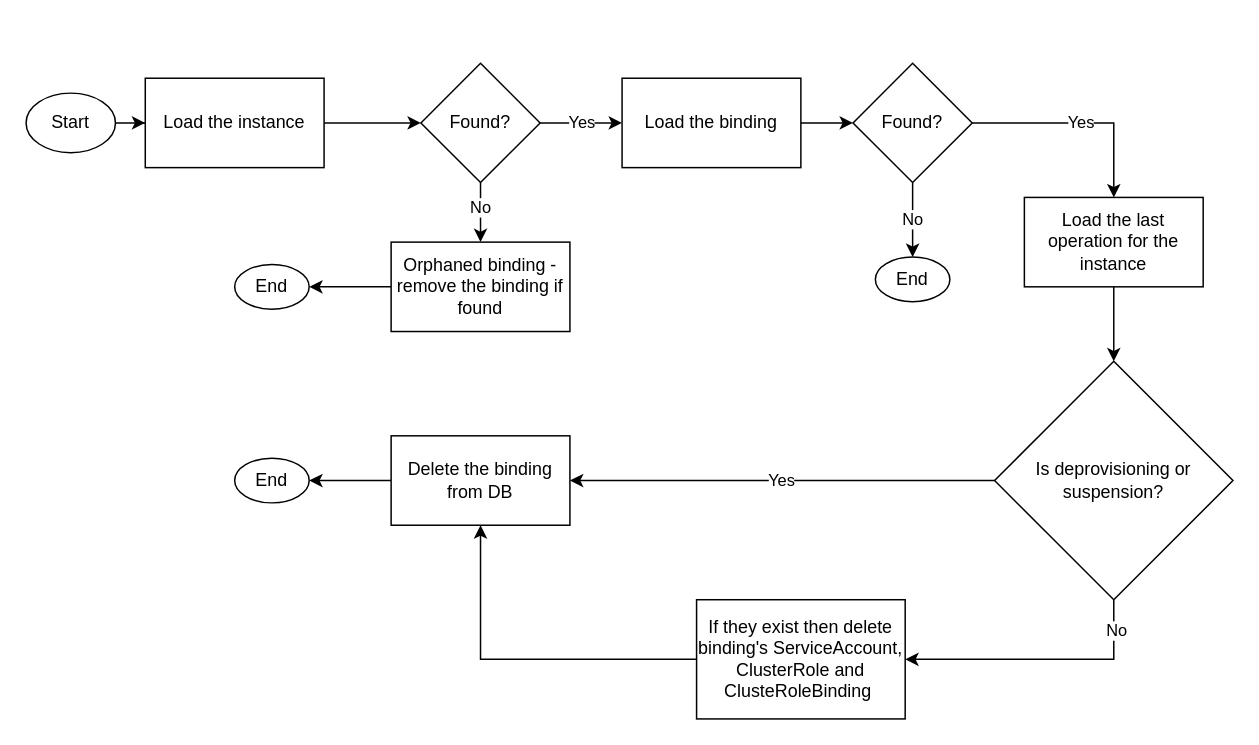
Above: docs/assets/bindings-delete-flow.drawio in kyma-project/kyma-environment-broker (draw.io), before the change. Source tidied: cells renumbered, new cells numbered last; positions are measured from the earlier drawing's top-left corner, leaving out a move shared by most shapes. Both pictures are drawn from the tidied source at 149%, with x=0, y=0 at pixel (25, 63).
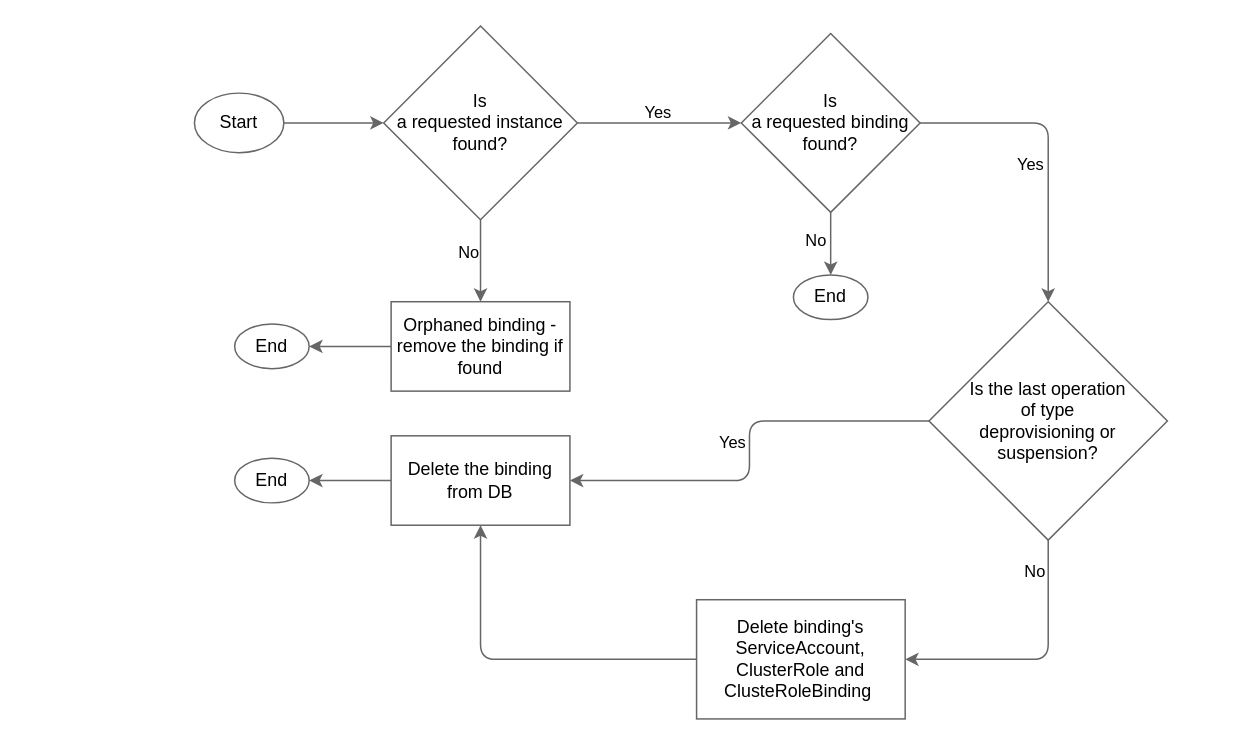
The same page after the edit.

Commit message (it also covers changes not shown here):
Review Corrections

The edit, as a diff of the source:
```diff
@@
-<mxGraphModel>
+<mxGraphModel background="#ffffff">
@@
-    <mxCell id="2" style="edgeStyle=orthogonalEdgeStyle;rounded=0;jettySize=auto;html=1;" parent="1" edge="1" source="3" target="5">
+    <mxCell id="2" style="edgeStyle=orthogonalEdgeStyle;rounded=1;jettySize=auto;html=1;curved=0;strokeColor=#666666;" parent="1" edge="1" source="3" target="9">
       <mxGeometry relative="1" as="geometry" />
     </mxCell>
-    <mxCell id="3" value="Start" style="ellipse;whiteSpace=wrap;html=1;" parent="1" vertex="1">
-      <mxGeometry y="20" width="60" height="40" as="geometry" />
+    <mxCell id="3" value="Start" style="ellipse;whiteSpace=wrap;html=1;fillColor=#ffffff;fontColor=#000000;strokeColor=#666666;" parent="1" vertex="1">
+      <mxGeometry x="113" y="20" width="60" height="40" as="geometry" />
     </mxCell>
-    <mxCell id="4" style="edgeStyle=orthogonalEdgeStyle;rounded=0;jettySize=auto;html=1;" parent="1" edge="1" source="5" target="9">
-      <mxGeometry relative="1" as="geometry" />
-    </mxCell>
-    <mxCell id="5" value="Load the instance" style="whiteSpace=wrap;html=1;" parent="1" vertex="1">
-      <mxGeometry x="80" y="10" width="120" height="60" as="geometry" />
-    </mxCell>
-    <mxCell id="6" style="edgeStyle=orthogonalEdgeStyle;rounded=0;jettySize=auto;html=1;" parent="1" edge="1" source="9" target="12">
+    <mxCell id="6" style="edgeStyle=orthogonalEdgeStyle;rounded=1;jettySize=auto;html=1;curved=0;strokeColor=#666666;fontColor=#000000;labelBackgroundColor=none;" parent="1" edge="1" source="9" target="12">
       <mxGeometry relative="1" as="geometry" />
     </mxCell>
-    <mxCell id="7" value="No" style="edgeLabel;html=1;align=center;verticalAlign=middle;" parent="6" vertex="1">
-      <mxGeometry x="-0.2" y="-1" relative="1" as="geometry" />
+    <mxCell id="7" value="No" style="edgeLabel;html=1;align=center;verticalAlign=middle;labelBackgroundColor=none;fontColor=#000000;" parent="6" vertex="1">
+      <mxGeometry x="-0.2" y="-1" relative="1" as="geometry">
+        <mxPoint x="-8" y="-1" as="offset" />
+      </mxGeometry>
     </mxCell>
-    <mxCell id="8" value="Yes" style="edgeStyle=orthogonalEdgeStyle;rounded=0;jettySize=auto;html=1;" parent="1" edge="1" source="9" target="14">
-      <mxGeometry relative="1" as="geometry" />
+    <mxCell id="8" value="Yes" style="edgeStyle=orthogonalEdgeStyle;rounded=1;jettySize=auto;html=1;curved=0;strokeColor=#666666;labelBackgroundColor=none;fontColor=#000000;" parent="1" edge="1" source="9" target="17">
+      <mxGeometry x="-0.02" y="7" relative="1" as="geometry" />
     </mxCell>
-    <mxCell id="9" value="Found?" style="rhombus;whiteSpace=wrap;html=1;" parent="1" vertex="1">
-      <mxGeometry x="265" width="80" height="80" as="geometry" />
+    <mxCell id="9" value="Is&lt;br&gt;a requested instance found?" style="rhombus;whiteSpace=wrap;html=1;fillColor=#ffffff;fontColor=#000000;strokeColor=#666666;" parent="1" vertex="1">
+      <mxGeometry x="240" y="-25" width="130" height="130" as="geometry" />
     </mxCell>
-    <mxCell id="10" value="End" style="ellipse;whiteSpace=wrap;html=1;" parent="1" vertex="1">
-      <mxGeometry x="140" y="135" width="50" height="30" as="geometry" />
+    <mxCell id="10" value="End" style="ellipse;whiteSpace=wrap;html=1;fillColor=#ffffff;fontColor=#000000;strokeColor=#666666;" parent="1" vertex="1">
+      <mxGeometry x="140" y="175" width="50" height="30" as="geometry" />
     </mxCell>
-    <mxCell id="11" style="edgeStyle=orthogonalEdgeStyle;rounded=0;jettySize=auto;html=1;" parent="1" edge="1" source="12" target="10">
+    <mxCell id="11" style="edgeStyle=orthogonalEdgeStyle;rounded=1;jettySize=auto;html=1;curved=0;strokeColor=#666666;" parent="1" edge="1" source="12" target="10">
       <mxGeometry relative="1" as="geometry" />
     </mxCell>
-    <mxCell id="12" value="Orphaned binding -remove the binding if found" style="whiteSpace=wrap;html=1;" parent="1" vertex="1">
-      <mxGeometry x="245" y="120" width="120" height="60" as="geometry" />
+    <mxCell id="12" value="Orphaned binding -remove the binding if found" style="whiteSpace=wrap;html=1;fillColor=#ffffff;fontColor=#000000;strokeColor=#666666;" parent="1" vertex="1">
+      <mxGeometry x="245" y="160" width="120" height="60" as="geometry" />
     </mxCell>
-    <mxCell id="13" style="edgeStyle=orthogonalEdgeStyle;rounded=0;jettySize=auto;html=1;" parent="1" edge="1" source="14" target="17">
-      <mxGeometry relative="1" as="geometry" />
-    </mxCell>
-    <mxCell id="14" value="Load the binding" style="whiteSpace=wrap;html=1;" parent="1" vertex="1">
-      <mxGeometry x="400" y="10" width="120" height="60" as="geometry" />
-    </mxCell>
-    <mxCell id="15" value="No" style="edgeStyle=orthogonalEdgeStyle;rounded=0;jettySize=auto;html=1;" parent="1" edge="1" source="17" target="18">
-      <mxGeometry relative="1" as="geometry" />
+    <mxCell id="15" value="No" style="edgeStyle=orthogonalEdgeStyle;rounded=1;jettySize=auto;html=1;curved=0;strokeColor=#666666;fontColor=#000000;labelBackgroundColor=none;" parent="1" edge="1" source="17" target="18">
+      <mxGeometry x="-0.1" y="-10" relative="1" as="geometry" />
     </mxCell>
-    <mxCell id="16" value="Yes" style="edgeStyle=orthogonalEdgeStyle;rounded=0;jettySize=auto;html=1;" parent="1" edge="1" source="17" target="20">
-      <mxGeometry relative="1" as="geometry" />
+    <mxCell id="16" value="Yes" style="edgeStyle=orthogonalEdgeStyle;rounded=1;jettySize=auto;html=1;curved=0;strokeColor=#666666;labelBackgroundColor=none;fontColor=#000000;" parent="1" edge="1" source="17" target="24">
+      <mxGeometry x="0.11" y="-12" relative="1" as="geometry" />
     </mxCell>
-    <mxCell id="17" value="Found?" style="rhombus;whiteSpace=wrap;html=1;" parent="1" vertex="1">
-      <mxGeometry x="555" width="80" height="80" as="geometry" />
+    <mxCell id="17" value="Is&lt;br&gt;a requested binding found?" style="rhombus;whiteSpace=wrap;html=1;fillColor=#ffffff;fontColor=#000000;strokeColor=#666666;" parent="1" vertex="1">
+      <mxGeometry x="480" y="-20" width="120" height="120" as="geometry" />
     </mxCell>
-    <mxCell id="18" value="End" style="ellipse;whiteSpace=wrap;html=1;" parent="1" vertex="1">
-      <mxGeometry x="570" y="130" width="50" height="30" as="geometry" />
+    <mxCell id="18" value="End" style="ellipse;whiteSpace=wrap;html=1;fillColor=#ffffff;fontColor=#000000;strokeColor=#666666;" parent="1" vertex="1">
+      <mxGeometry x="515" y="142" width="50" height="30" as="geometry" />
     </mxCell>
-    <mxCell id="19" style="edgeStyle=orthogonalEdgeStyle;rounded=0;jettySize=auto;html=1;" parent="1" edge="1" source="20" target="24">
-      <mxGeometry relative="1" as="geometry" />
-    </mxCell>
-    <mxCell id="20" value="Load the last operation for the instance" style="whiteSpace=wrap;html=1;" parent="1" vertex="1">
-      <mxGeometry x="670" y="90" width="120" height="60" as="geometry" />
-    </mxCell>
-    <mxCell id="21" value="Yes" style="edgeStyle=orthogonalEdgeStyle;rounded=0;jettySize=auto;html=1;" parent="1" edge="1" source="24" target="26">
-      <mxGeometry relative="1" as="geometry" />
+    <mxCell id="21" value="Yes" style="edgeStyle=orthogonalEdgeStyle;rounded=1;jettySize=auto;html=1;curved=0;strokeColor=#666666;fontColor=#000000;labelBackgroundColor=none;" parent="1" edge="1" source="24" target="26">
+      <mxGeometry x="-0.04" y="-12" relative="1" as="geometry" />
     </mxCell>
-    <mxCell id="22" style="edgeStyle=orthogonalEdgeStyle;rounded=0;jettySize=auto;html=1;entryX=1;entryY=0.5;entryDx=0;entryDy=0;" parent="1" edge="1" source="24" target="28">
+    <mxCell id="22" style="edgeStyle=orthogonalEdgeStyle;rounded=1;jettySize=auto;html=1;entryX=1;entryY=0.5;entryDx=0;entryDy=0;curved=0;strokeColor=#666666;fontColor=#000000;labelBackgroundColor=none;exitX=0.5;exitY=1;exitDx=0;exitDy=0;" parent="1" edge="1" source="24" target="28">
       <mxGeometry relative="1" as="geometry">
         <Array as="points">
-          <mxPoint x="730" y="400" />
+          <mxPoint x="686" y="400" />
         </Array>
       </mxGeometry>
     </mxCell>
-    <mxCell id="23" value="No" style="edgeLabel;html=1;align=center;verticalAlign=middle;" parent="22" vertex="1">
-      <mxGeometry x="-0.78" y="1" relative="1" as="geometry" />
+    <mxCell id="23" value="No" style="edgeLabel;html=1;align=center;verticalAlign=middle;labelBackgroundColor=none;fontColor=#000000;" parent="22" vertex="1">
+      <mxGeometry x="-0.78" y="1" relative="1" as="geometry">
+        <mxPoint x="-11" y="1" as="offset" />
+      </mxGeometry>
     </mxCell>
-    <mxCell id="24" value="Is deprovisioning or suspension?" style="rhombus;whiteSpace=wrap;html=1;" parent="1" vertex="1">
-      <mxGeometry x="650" y="200" width="160" height="160" as="geometry" />
+    <mxCell id="24" value="Is the last operation &lt;br&gt;of type&lt;br&gt;deprovisioning or suspension?" style="rhombus;whiteSpace=wrap;html=1;fillColor=#ffffff;fontColor=#000000;strokeColor=#666666;" parent="1" vertex="1">
+      <mxGeometry x="606" y="160" width="160" height="160" as="geometry" />
     </mxCell>
-    <mxCell id="25" style="edgeStyle=orthogonalEdgeStyle;rounded=0;jettySize=auto;html=1;" parent="1" edge="1" source="26" target="29">
+    <mxCell id="25" style="edgeStyle=orthogonalEdgeStyle;rounded=1;jettySize=auto;html=1;curved=0;strokeColor=#666666;" parent="1" edge="1" source="26" target="29">
       <mxGeometry relative="1" as="geometry" />
     </mxCell>
-    <mxCell id="26" value="Delete the binding from DB" style="whiteSpace=wrap;html=1;" parent="1" vertex="1">
+    <mxCell id="26" value="Delete the binding from DB" style="whiteSpace=wrap;html=1;fillColor=#ffffff;fontColor=#000000;strokeColor=#666666;" parent="1" vertex="1">
       <mxGeometry x="245" y="250" width="120" height="60" as="geometry" />
     </mxCell>
-    <mxCell id="27" style="edgeStyle=orthogonalEdgeStyle;rounded=0;jettySize=auto;html=1;" parent="1" edge="1" source="28" target="26">
+    <mxCell id="27" style="edgeStyle=orthogonalEdgeStyle;rounded=1;jettySize=auto;html=1;curved=0;strokeColor=#666666;" parent="1" edge="1" source="28" target="26">
       <mxGeometry relative="1" as="geometry" />
     </mxCell>
-    <mxCell id="28" value="If they exist then delete binding's ServiceAccount, ClusterRole and ClusteRoleBinding&amp;nbsp;" style="whiteSpace=wrap;html=1;" parent="1" vertex="1">
+    <mxCell id="28" value="Delete binding's ServiceAccount, ClusterRole and ClusteRoleBinding&amp;nbsp;" style="whiteSpace=wrap;html=1;fillColor=#ffffff;fontColor=#000000;strokeColor=#666666;" parent="1" vertex="1">
       <mxGeometry x="450" y="360" width="140" height="80" as="geometry" />
     </mxCell>
-    <mxCell id="29" value="End" style="ellipse;whiteSpace=wrap;html=1;" parent="1" vertex="1">
+    <mxCell id="29" value="End" style="ellipse;whiteSpace=wrap;html=1;fillColor=#ffffff;fontColor=#000000;strokeColor=#666666;" parent="1" vertex="1">
       <mxGeometry x="140" y="265" width="50" height="30" as="geometry" />
     </mxCell>
```
